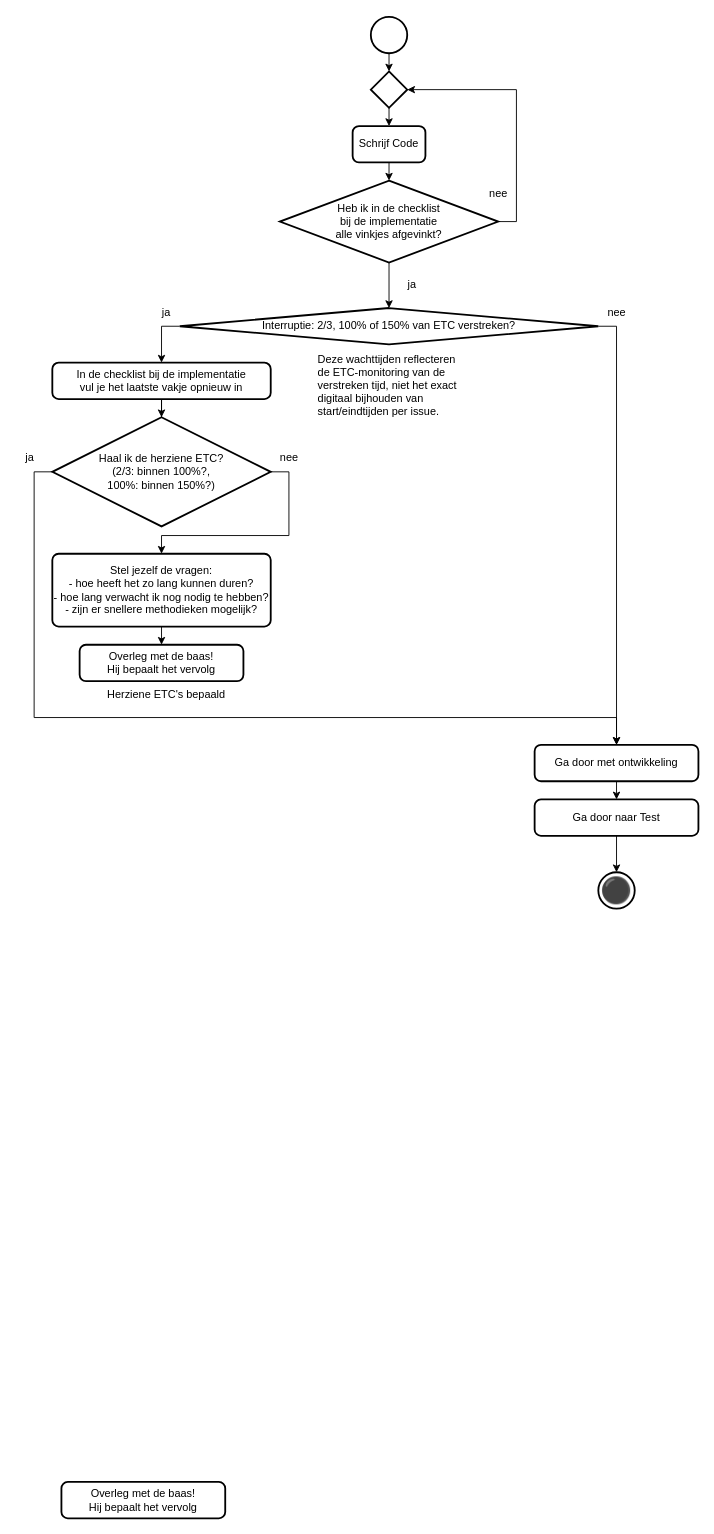
Zaibatsu89/IssueTracker keeps this draw.io diagram as 4 Issue Tracker implementatie.drawio. Above is the earlier version. Source tidied: cells renumbered, new cells numbered last; positions are measured from the earlier drawing's top-left corner, leaving out a move shared by most shapes. Both pictures are drawn from the tidied source at 91%, with x=0, y=0 at pixel (15, 16).
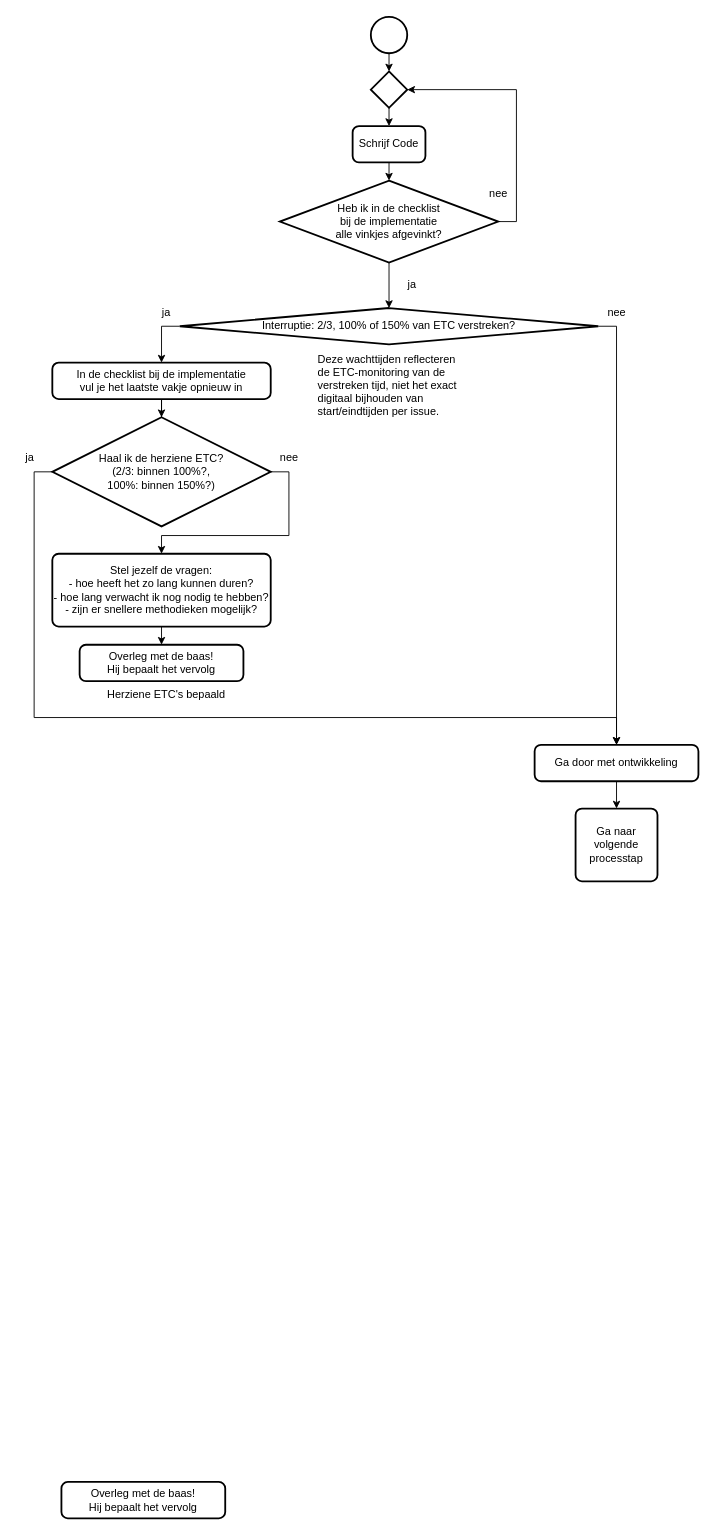
Above is the later version.

Commit message (it also covers changes not shown here):
Vervang zwarte bolletje door "Ga naar volgende processtap" in flowcharts

The edit, as a diff of the source:
```diff
@@
-    <mxCell id="21" style="edgeStyle=orthogonalEdgeStyle;rounded=0;jettySize=auto;html=1;" parent="1" edge="1" source="22" target="23">
-      <mxGeometry relative="1" as="geometry" />
-    </mxCell>
-    <mxCell id="22" value="Ga door naar Test" style="rounded=1;whiteSpace=wrap;html=1;absoluteArcSize=1;arcSize=14;strokeWidth=2;" parent="1" vertex="1">
-      <mxGeometry x="570" y="860" width="180" height="40" as="geometry" />
+    <mxCell id="22" value="Ga naar&lt;br&gt;volgende&lt;br&gt;processtap" style="rounded=1;whiteSpace=wrap;html=1;absoluteArcSize=1;arcSize=14;strokeWidth=2;" parent="1" vertex="1">
+      <mxGeometry x="615" y="870" width="90" height="80" as="geometry" />
     </mxCell>
-    <mxCell id="23" value="⚫" style="strokeWidth=2;html=1;shape=mxgraph.flowchart.start_2;whiteSpace=wrap;fontSize=28;" parent="1" vertex="1">
-      <mxGeometry x="640" y="940" width="40" height="40" as="geometry" />
-    </mxCell>
```
